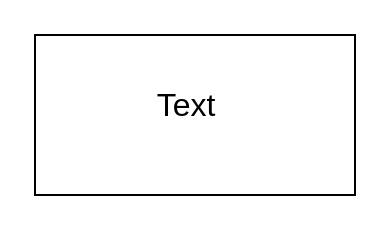
Before: Untitled Diagram.drawio in Zookegger/Pharmacy-Management, a draw.io diagram. Source tidied: cells renumbered, new cells numbered last; positions are measured from the earlier drawing's top-left corner, leaving out a move shared by most shapes. Both pictures are drawn from the tidied source at 200%, with x=0, y=0 at pixel (34, 34).
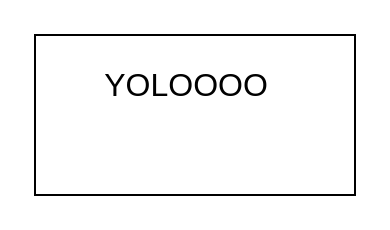
Above is the later version.

Commit message:
Cập nhật Untitled Diagram.drawio

Change to the diagram source:
```diff
@@
 <mxGraphModel>
   <root>
     <mxCell id="0" />
     <mxCell id="1" parent="0" />
     <mxCell id="2" style="rounded=0;whiteSpace=wrap;html=1;" parent="1" vertex="1">
       <mxGeometry width="160" height="80" as="geometry" />
     </mxCell>
-    <mxCell id="3" value="Text" style="text;strokeColor=none;fillColor=none;html=1;align=center;verticalAlign=middle;whiteSpace=wrap;rounded=0;fontSize=16;" parent="1" vertex="1">
+    <mxCell id="3" value="YOLOOOO&lt;div&gt;&lt;br&gt;&lt;/div&gt;" style="text;strokeColor=none;fillColor=none;html=1;align=center;verticalAlign=middle;whiteSpace=wrap;rounded=0;fontSize=16;" parent="1" vertex="1">
       <mxGeometry x="46" y="20" width="60" height="30" as="geometry" />
     </mxCell>
   </root>
 </mxGraphModel>
```
